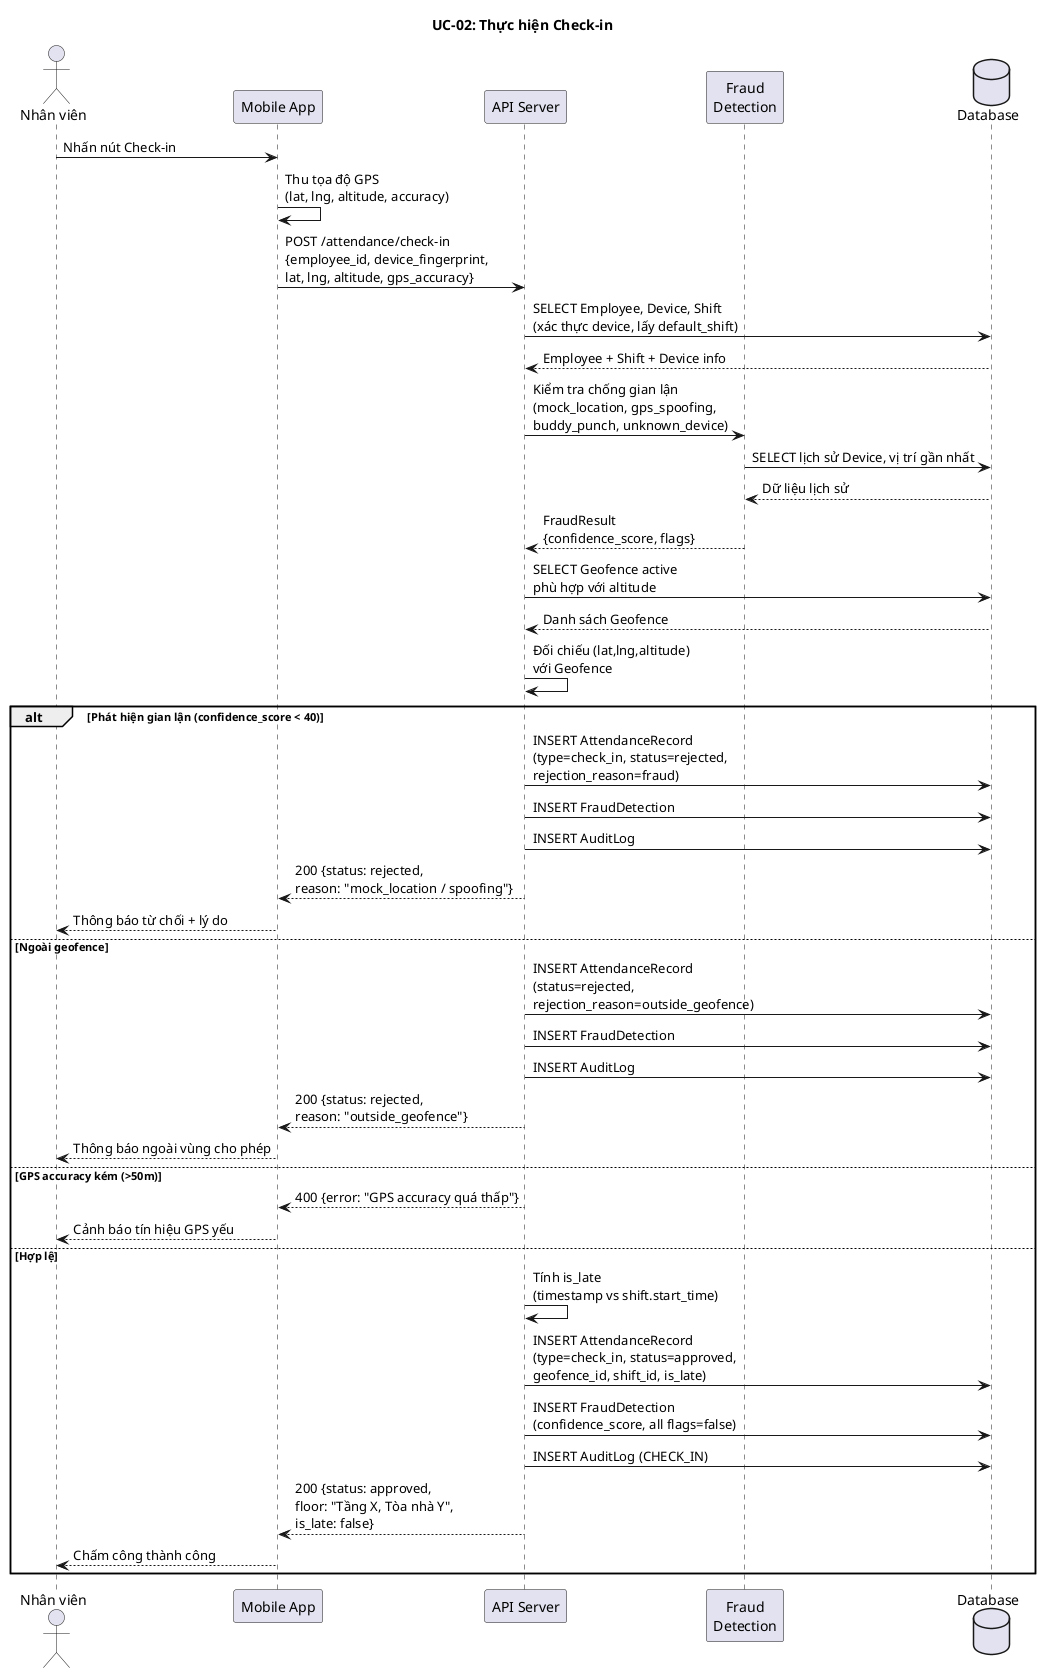
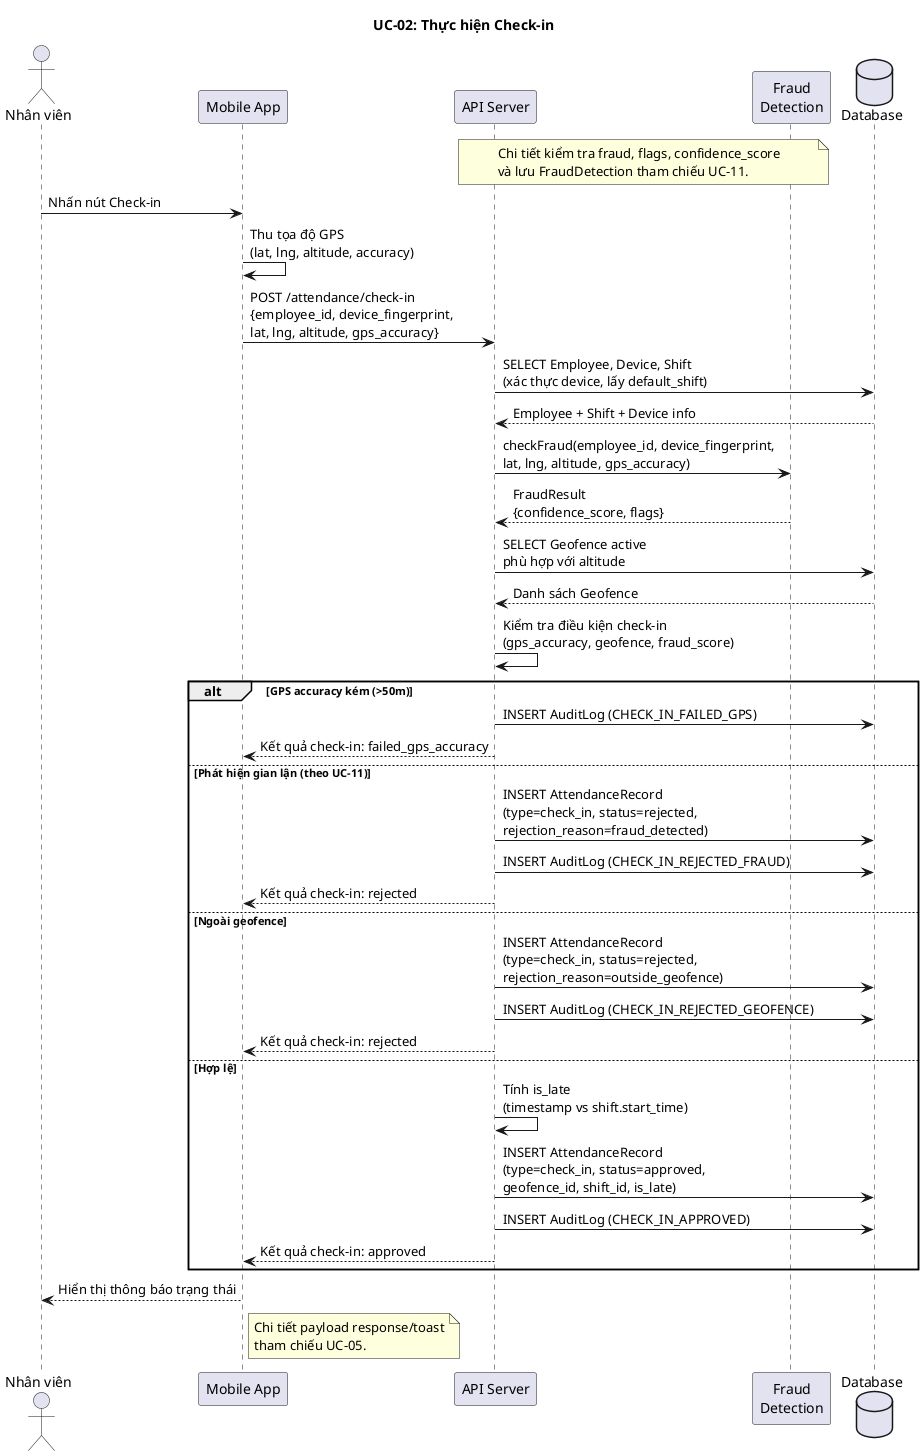
@startuml UC02_CheckIn
title UC-02: Thực hiện Check-in

actor "Nhân viên" as NV
participant "Mobile App" as App
participant "API Server" as API
participant "Fraud\nDetection" as Fraud
database "Database" as DB

+ note over API, Fraud
+     Chi tiết kiểm tra fraud, flags, confidence_score
+     và lưu FraudDetection tham chiếu UC-11.
+ end note
+ 
NV -> App : Nhấn nút Check-in
App -> App : Thu tọa độ GPS\n(lat, lng, altitude, accuracy)
App -> API : POST /attendance/check-in\n{employee_id, device_fingerprint,\nlat, lng, altitude, gps_accuracy}

API -> DB : SELECT Employee, Device, Shift\n(xác thực device, lấy default_shift)
DB --> API : Employee + Shift + Device info

- API -> Fraud : Kiểm tra chống gian lận\n(mock_location, gps_spoofing,\nbuddy_punch, unknown_device)
- Fraud -> DB : SELECT lịch sử Device, vị trí gần nhất
- DB --> Fraud : Dữ liệu lịch sử
+ API -> Fraud : checkFraud(employee_id, device_fingerprint,\nlat, lng, altitude, gps_accuracy)
Fraud --> API : FraudResult\n{confidence_score, flags}

API -> DB : SELECT Geofence active\nphù hợp với altitude
DB --> API : Danh sách Geofence

- API -> API : Đối chiếu (lat,lng,altitude)\nvới Geofence
+ API -> API : Kiểm tra điều kiện check-in\n(gps_accuracy, geofence, fraud_score)

- alt Phát hiện gian lận (confidence_score < 40)
-     API -> DB : INSERT AttendanceRecord\n(type=check_in, status=rejected,\nrejection_reason=fraud)
-     API -> DB : INSERT FraudDetection
-     API -> DB : INSERT AuditLog
-     API --> App : 200 {status: rejected,\nreason: "mock_location / spoofing"}
-     App --> NV : Thông báo từ chối + lý do
+ alt GPS accuracy kém (>50m)
+     API -> DB : INSERT AuditLog (CHECK_IN_FAILED_GPS)
+     API --> App : Kết quả check-in: failed_gps_accuracy
+ 
+ else Phát hiện gian lận (theo UC-11)
+     API -> DB : INSERT AttendanceRecord\n(type=check_in, status=rejected,\nrejection_reason=fraud_detected)
+     API -> DB : INSERT AuditLog (CHECK_IN_REJECTED_FRAUD)
+     API --> App : Kết quả check-in: rejected

else Ngoài geofence
-     API -> DB : INSERT AttendanceRecord\n(status=rejected,\nrejection_reason=outside_geofence)
-     API -> DB : INSERT FraudDetection
-     API -> DB : INSERT AuditLog
-     API --> App : 200 {status: rejected,\nreason: "outside_geofence"}
-     App --> NV : Thông báo ngoài vùng cho phép
- 
- else GPS accuracy kém (>50m)
-     API --> App : 400 {error: "GPS accuracy quá thấp"}
-     App --> NV : Cảnh báo tín hiệu GPS yếu
+     API -> DB : INSERT AttendanceRecord\n(type=check_in, status=rejected,\nrejection_reason=outside_geofence)
+     API -> DB : INSERT AuditLog (CHECK_IN_REJECTED_GEOFENCE)
+     API --> App : Kết quả check-in: rejected

else Hợp lệ
    API -> API : Tính is_late\n(timestamp vs shift.start_time)
    API -> DB : INSERT AttendanceRecord\n(type=check_in, status=approved,\ngeofence_id, shift_id, is_late)
-     API -> DB : INSERT FraudDetection\n(confidence_score, all flags=false)
-     API -> DB : INSERT AuditLog (CHECK_IN)
-     API --> App : 200 {status: approved,\nfloor: "Tầng X, Tòa nhà Y",\nis_late: false}
-     App --> NV : Chấm công thành công
+     API -> DB : INSERT AuditLog (CHECK_IN_APPROVED)
+     API --> App : Kết quả check-in: approved
end

+ App --> NV : Hiển thị thông báo trạng thái
+ note right of App
+   Chi tiết payload response/toast
+   tham chiếu UC-05.
+ end note
+ 
@enduml
